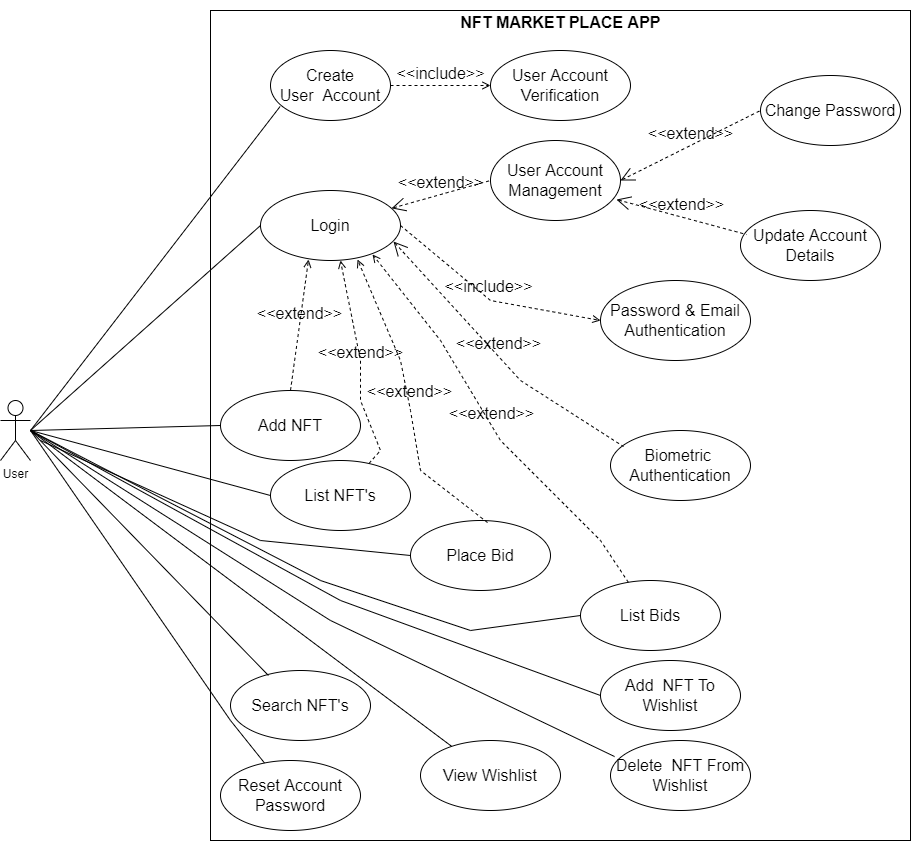
Before: diagrams/use-case-diagram.png, a diagram exported from draw.io (kevy0915/NFT_MarketPlace). Source tidied: cells renumbered, new cells last; positions are measured from the earlier drawing's top-left corner, leaving out a move shared by most shapes.
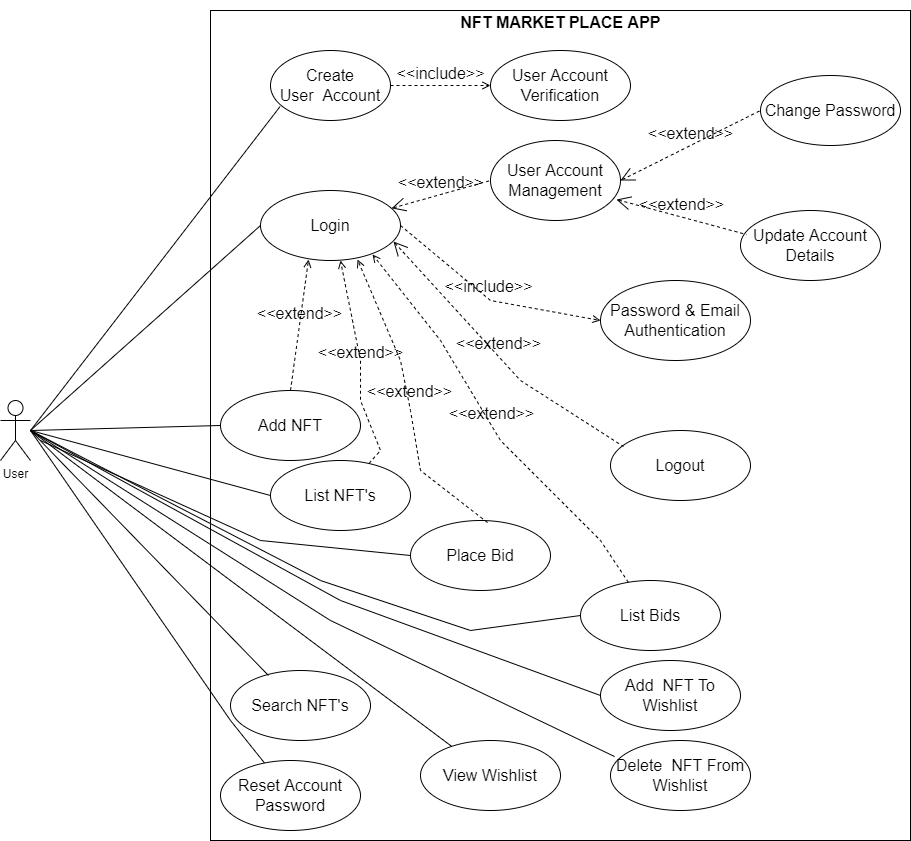
Later version of the same file.

Diff of the diagram source:
```diff
@@ -44,7 +44,7 @@
     <mxCell id="15" value="Password &amp;amp; Email Authentication" style="ellipse;whiteSpace=wrap;html=1;fontSize=16;" parent="1" vertex="1">
       <mxGeometry x="600" y="280" width="150" height="80" as="geometry" />
     </mxCell>
-    <mxCell id="16" value="Biometric&amp;nbsp; Authentication" style="ellipse;whiteSpace=wrap;html=1;fontSize=16;" parent="1" vertex="1">
+    <mxCell id="16" value="Logout" style="ellipse;whiteSpace=wrap;html=1;fontSize=16;" parent="1" vertex="1">
       <mxGeometry x="610" y="430" width="140" height="70" as="geometry" />
     </mxCell>
     <mxCell id="17" style="endArrow=none;html=1;rounded=0;fontSize=16;entryX=0.08;entryY=0.8;entryDx=0;entryDy=0;entryPerimeter=0;exitX=0;exitY=0.5;exitDx=0;exitDy=0;" parent="1" edge="1" source="10" target="5">
```
